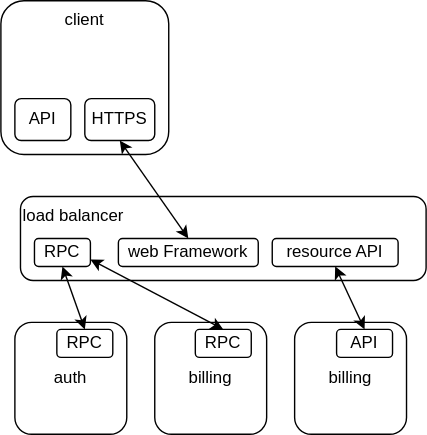
Above: static/images/skywalking2.svg in jobcher/blog (draw.io), before the change. Source tidied: cells renumbered, new cells last; positions are measured from the earlier drawing's top-left corner, leaving out a move shared by most shapes.
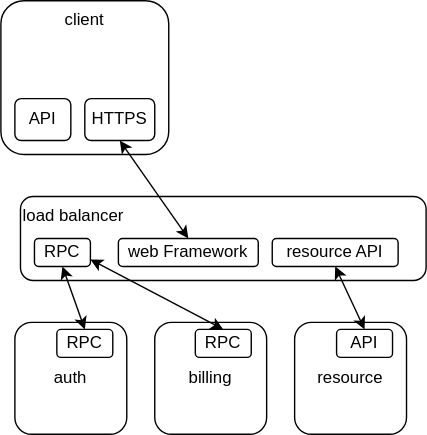
Above is the later version.

Commit message:
新增修改图片

Diff of the diagram source:
```diff
@@ -38,7 +38,7 @@
     <mxCell id="13" value="auth" style="rounded=1;whiteSpace=wrap;html=1;" parent="1" vertex="1">
       <mxGeometry x="10" y="230" width="80" height="80" as="geometry" />
     </mxCell>
-    <mxCell id="14" value="billing" style="rounded=1;whiteSpace=wrap;html=1;" parent="1" vertex="1">
+    <mxCell id="14" value="resource" style="rounded=1;whiteSpace=wrap;html=1;" parent="1" vertex="1">
       <mxGeometry x="210" y="230" width="80" height="80" as="geometry" />
     </mxCell>
     <mxCell id="15" value="RPC" style="rounded=1;whiteSpace=wrap;html=1;" parent="1" vertex="1">
```
